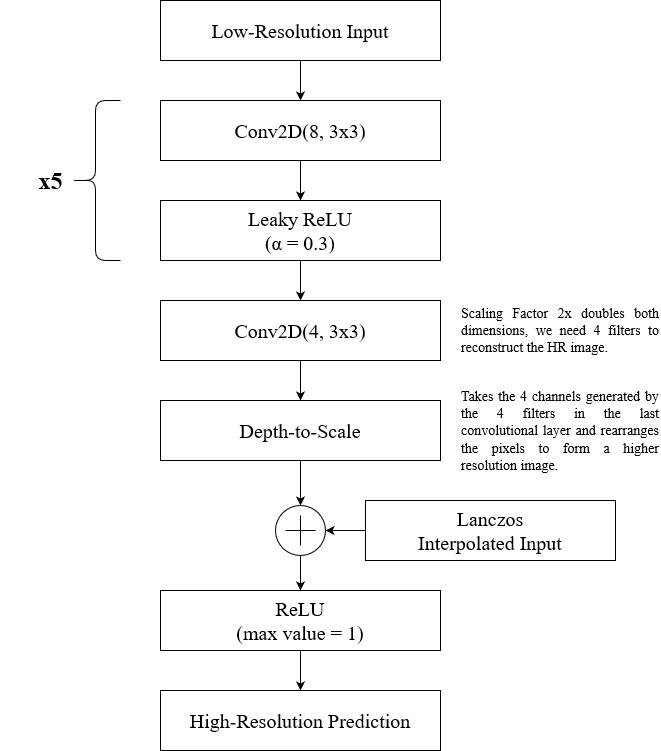
The draw.io diagram images/architecture.png in Artoriuz/sp-vdsr, before a commit. Source tidied: cells renumbered, new cells last; positions are measured from the earlier drawing's top-left corner, leaving out a move shared by most shapes. Its diagram source:
```xml
<mxGraphModel>
  <root>
    <mxCell id="0" />
    <mxCell id="1" parent="0" />
    <mxCell id="2" style="edgeStyle=orthogonalEdgeStyle;rounded=0;jettySize=auto;html=1;entryX=0.5;entryY=0;entryDx=0;entryDy=0;" parent="1" edge="1" source="3" target="5">
      <mxGeometry relative="1" as="geometry" />
    </mxCell>
    <mxCell id="3" value="&lt;font style=&quot;font-size: 20px&quot;&gt;Low-Resolution Input&lt;/font&gt;" style="rounded=0;whiteSpace=wrap;html=1;fontSize=14;fontFamily=Times New Roman;" parent="1" vertex="1">
      <mxGeometry x="160" width="280" height="60" as="geometry" />
    </mxCell>
    <mxCell id="4" style="edgeStyle=orthogonalEdgeStyle;rounded=0;jettySize=auto;html=1;entryX=0.5;entryY=0;entryDx=0;entryDy=0;" parent="1" edge="1" source="5" target="9">
      <mxGeometry relative="1" as="geometry" />
    </mxCell>
    <mxCell id="5" value="&lt;font style=&quot;font-size: 20px&quot;&gt;Conv2D(8, 3x3)&lt;/font&gt;" style="whiteSpace=wrap;html=1;rounded=0;fontSize=14;fontFamily=Times New Roman;" parent="1" vertex="1">
      <mxGeometry x="160" y="100" width="280" height="60" as="geometry" />
    </mxCell>
    <mxCell id="6" style="shape=curlyBracket;whiteSpace=wrap;html=1;rounded=1;" parent="1" vertex="1">
      <mxGeometry x="70" y="100" width="50" height="160" as="geometry" />
    </mxCell>
    <mxCell id="7" value="&lt;font face=&quot;Times New Roman&quot;&gt;x5&lt;/font&gt;" style="text;strokeColor=none;fillColor=none;html=1;fontSize=24;fontStyle=1;verticalAlign=middle;align=center;" parent="1" vertex="1">
      <mxGeometry y="160" width="100" height="40" as="geometry" />
    </mxCell>
    <mxCell id="8" style="edgeStyle=orthogonalEdgeStyle;rounded=0;jettySize=auto;html=1;entryX=0.5;entryY=0;entryDx=0;entryDy=0;" parent="1" edge="1" source="9" target="17">
      <mxGeometry relative="1" as="geometry" />
    </mxCell>
    <mxCell id="9" value="&lt;font style=&quot;font-size: 20px&quot;&gt;Leaky&lt;/font&gt;&lt;font style=&quot;font-size: 20px&quot;&gt; &lt;font style=&quot;font-size: 20px&quot;&gt;ReLU&lt;/font&gt;&lt;/font&gt;&lt;font style=&quot;font-size: 20px&quot;&gt;&lt;br&gt;(&lt;/font&gt;&lt;span class=&quot;polytonic&quot; style=&quot;font-size: 20px&quot;&gt;&lt;font style=&quot;font-size: 20px&quot;&gt;α = 0.3)&lt;/font&gt;&lt;b&gt;&lt;br&gt;&lt;/b&gt;&lt;/span&gt;" style="whiteSpace=wrap;html=1;rounded=0;fontSize=14;fontFamily=Times New Roman;" parent="1" vertex="1">
      <mxGeometry x="160" y="200" width="280" height="60" as="geometry" />
    </mxCell>
    <mxCell id="10" style="edgeStyle=orthogonalEdgeStyle;rounded=0;jettySize=auto;html=1;entryX=0.5;entryY=0;entryDx=0;entryDy=0;" parent="1" edge="1" source="11" target="14">
      <mxGeometry relative="1" as="geometry" />
    </mxCell>
    <mxCell id="11" style="verticalLabelPosition=bottom;shadow=0;dashed=0;align=center;html=1;verticalAlign=top;shape=mxgraph.electrical.abstract.summation_point;" parent="1" vertex="1">
      <mxGeometry x="275" y="505" width="50" height="50" as="geometry" />
    </mxCell>
    <mxCell id="12" value="&lt;font face=&quot;Times New Roman&quot;&gt;High-Resolution Prediction&lt;/font&gt;" style="whiteSpace=wrap;html=1;shadow=0;dashed=0;verticalAlign=top;" parent="1" vertex="1">
      <mxGeometry x="160" y="590" width="120" height="60" as="geometry" />
    </mxCell>
    <mxCell id="13" style="edgeStyle=orthogonalEdgeStyle;rounded=0;jettySize=auto;html=1;entryX=0.5;entryY=0;entryDx=0;entryDy=0;" parent="1" edge="1" source="14" target="15">
      <mxGeometry relative="1" as="geometry" />
    </mxCell>
    <mxCell id="14" value="&lt;font style=&quot;font-size: 20px&quot;&gt;ReLU&lt;br&gt;(max value = 1)&lt;/font&gt;" style="whiteSpace=wrap;html=1;shadow=0;dashed=0;verticalAlign=middle;fontSize=14;fontFamily=Times New Roman;" parent="1" vertex="1">
      <mxGeometry x="160" y="590" width="280" height="60" as="geometry" />
    </mxCell>
    <mxCell id="15" value="&lt;font style=&quot;font-size: 20px&quot;&gt;High-Resolution Prediction&lt;/font&gt;" style="whiteSpace=wrap;html=1;shadow=0;dashed=0;fontFamily=Times New Roman;fontSize=14;" parent="1" vertex="1">
      <mxGeometry x="160" y="690" width="280" height="60" as="geometry" />
    </mxCell>
    <mxCell id="16" style="edgeStyle=orthogonalEdgeStyle;rounded=0;jettySize=auto;html=1;entryX=0.5;entryY=0;entryDx=0;entryDy=0;" parent="1" edge="1" source="17" target="19">
      <mxGeometry relative="1" as="geometry" />
    </mxCell>
    <mxCell id="17" value="&lt;font style=&quot;font-size: 20px&quot;&gt;Conv2D(4, 3x3)&lt;/font&gt;" style="whiteSpace=wrap;html=1;rounded=0;fontFamily=Times New Roman;fontSize=14;" parent="1" vertex="1">
      <mxGeometry x="160" y="300" width="280" height="60" as="geometry" />
    </mxCell>
    <mxCell id="18" style="edgeStyle=orthogonalEdgeStyle;rounded=0;jettySize=auto;html=1;exitX=0.5;exitY=1;exitDx=0;exitDy=0;entryX=0.5;entryY=0;entryDx=0;entryDy=0;entryPerimeter=0;" parent="1" edge="1" source="19" target="11">
      <mxGeometry relative="1" as="geometry" />
    </mxCell>
    <mxCell id="19" value="&lt;font style=&quot;font-size: 20px&quot;&gt;Depth-to-Scale&lt;/font&gt;" style="whiteSpace=wrap;html=1;rounded=0;fontFamily=Times New Roman;fontSize=14;" parent="1" vertex="1">
      <mxGeometry x="160" y="400" width="280" height="60" as="geometry" />
    </mxCell>
    <mxCell id="20" value="&lt;div align=&quot;justify&quot;&gt;&lt;font style=&quot;font-size: 14px&quot; face=&quot;Times New Roman&quot;&gt;Scaling Factor 2x doubles both dimensions, we need 4 filters to reconstruct the HR image.&lt;br&gt;&lt;/font&gt;&lt;/div&gt;" style="text;html=1;strokeColor=none;fillColor=none;align=center;verticalAlign=middle;whiteSpace=wrap;rounded=0;" parent="1" vertex="1">
      <mxGeometry x="460" y="300" width="200" height="60" as="geometry" />
    </mxCell>
    <mxCell id="21" value="&lt;div style=&quot;font-size: 14px&quot; align=&quot;justify&quot;&gt;&lt;font style=&quot;font-size: 14px&quot; face=&quot;Times New Roman&quot;&gt;Takes the 4 channels generated by the 4 filters in the last convolutional layer and rearranges the pixels to form a higher resolution image.&lt;br&gt;&lt;/font&gt;&lt;/div&gt;" style="text;html=1;strokeColor=none;fillColor=none;align=center;verticalAlign=middle;whiteSpace=wrap;rounded=0;" parent="1" vertex="1">
      <mxGeometry x="460" y="400" width="200" height="60" as="geometry" />
    </mxCell>
    <mxCell id="22" style="edgeStyle=orthogonalEdgeStyle;rounded=0;jettySize=auto;html=1;entryX=1;entryY=0.5;entryDx=0;entryDy=0;entryPerimeter=0;" parent="1" edge="1" source="23" target="11">
      <mxGeometry relative="1" as="geometry" />
    </mxCell>
    <mxCell id="23" value="&lt;div style=&quot;font-size: 20px&quot; align=&quot;center&quot;&gt;&lt;font style=&quot;font-size: 20px&quot; face=&quot;Times New Roman&quot;&gt;Lanczos&lt;/font&gt;&lt;/div&gt;&lt;div style=&quot;font-size: 20px&quot; align=&quot;center&quot;&gt;&lt;font style=&quot;font-size: 20px&quot; face=&quot;Times New Roman&quot;&gt;Interpolated Input&lt;/font&gt;&lt;font style=&quot;font-size: 20px&quot;&gt;&lt;br&gt;&lt;/font&gt;&lt;/div&gt;" style="rounded=0;whiteSpace=wrap;html=1;" parent="1" vertex="1">
      <mxGeometry x="365" y="500" width="250" height="60" as="geometry" />
    </mxCell>
  </root>
</mxGraphModel>
```
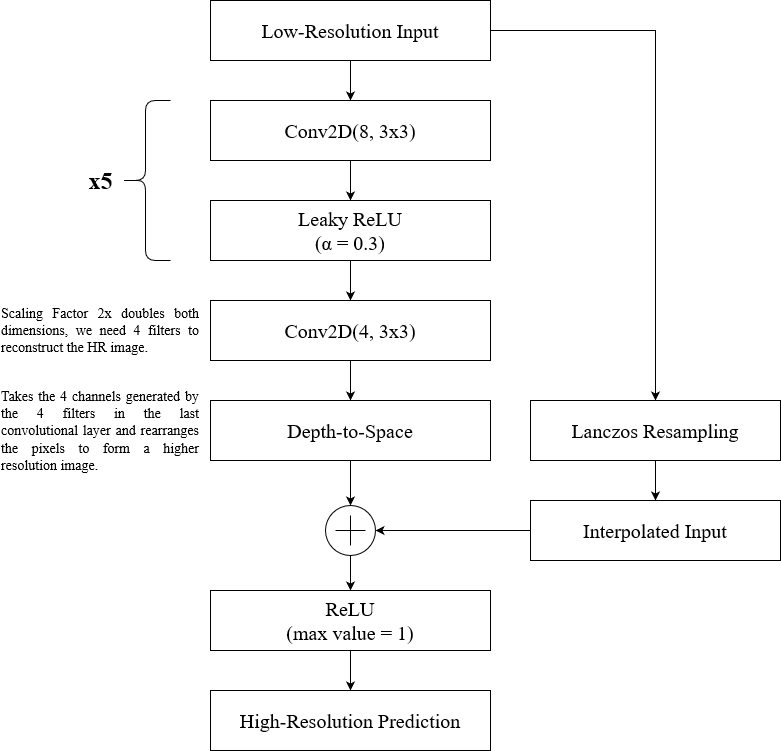
After the commit.

Diff of the diagram source:
```diff
@@ -5,6 +5,9 @@
     <mxCell id="2" style="edgeStyle=orthogonalEdgeStyle;rounded=0;jettySize=auto;html=1;entryX=0.5;entryY=0;entryDx=0;entryDy=0;" parent="1" edge="1" source="3" target="5">
       <mxGeometry relative="1" as="geometry" />
     </mxCell>
+    <mxCell id="24" style="edgeStyle=orthogonalEdgeStyle;rounded=0;jettySize=auto;html=1;" parent="1" edge="1" source="3" target="26">
+      <mxGeometry relative="1" as="geometry" />
+    </mxCell>
     <mxCell id="3" value="&lt;font style=&quot;font-size: 20px&quot;&gt;Low-Resolution Input&lt;/font&gt;" style="rounded=0;whiteSpace=wrap;html=1;fontSize=14;fontFamily=Times New Roman;" parent="1" vertex="1">
       <mxGeometry x="160" width="280" height="60" as="geometry" />
     </mxCell>
@@ -53,20 +56,26 @@
     <mxCell id="18" style="edgeStyle=orthogonalEdgeStyle;rounded=0;jettySize=auto;html=1;exitX=0.5;exitY=1;exitDx=0;exitDy=0;entryX=0.5;entryY=0;entryDx=0;entryDy=0;entryPerimeter=0;" parent="1" edge="1" source="19" target="11">
       <mxGeometry relative="1" as="geometry" />
     </mxCell>
-    <mxCell id="19" value="&lt;font style=&quot;font-size: 20px&quot;&gt;Depth-to-Scale&lt;/font&gt;" style="whiteSpace=wrap;html=1;rounded=0;fontFamily=Times New Roman;fontSize=14;" parent="1" vertex="1">
+    <mxCell id="19" value="&lt;font style=&quot;font-size: 20px&quot;&gt;Depth-to-Space&lt;/font&gt;" style="whiteSpace=wrap;html=1;rounded=0;fontFamily=Times New Roman;fontSize=14;" parent="1" vertex="1">
       <mxGeometry x="160" y="400" width="280" height="60" as="geometry" />
     </mxCell>
     <mxCell id="20" value="&lt;div align=&quot;justify&quot;&gt;&lt;font style=&quot;font-size: 14px&quot; face=&quot;Times New Roman&quot;&gt;Scaling Factor 2x doubles both dimensions, we need 4 filters to reconstruct the HR image.&lt;br&gt;&lt;/font&gt;&lt;/div&gt;" style="text;html=1;strokeColor=none;fillColor=none;align=center;verticalAlign=middle;whiteSpace=wrap;rounded=0;" parent="1" vertex="1">
-      <mxGeometry x="460" y="300" width="200" height="60" as="geometry" />
+      <mxGeometry x="-50" y="300" width="200" height="60" as="geometry" />
     </mxCell>
     <mxCell id="21" value="&lt;div style=&quot;font-size: 14px&quot; align=&quot;justify&quot;&gt;&lt;font style=&quot;font-size: 14px&quot; face=&quot;Times New Roman&quot;&gt;Takes the 4 channels generated by the 4 filters in the last convolutional layer and rearranges the pixels to form a higher resolution image.&lt;br&gt;&lt;/font&gt;&lt;/div&gt;" style="text;html=1;strokeColor=none;fillColor=none;align=center;verticalAlign=middle;whiteSpace=wrap;rounded=0;" parent="1" vertex="1">
-      <mxGeometry x="460" y="400" width="200" height="60" as="geometry" />
+      <mxGeometry x="-50" y="400" width="200" height="60" as="geometry" />
     </mxCell>
     <mxCell id="22" style="edgeStyle=orthogonalEdgeStyle;rounded=0;jettySize=auto;html=1;entryX=1;entryY=0.5;entryDx=0;entryDy=0;entryPerimeter=0;" parent="1" edge="1" source="23" target="11">
       <mxGeometry relative="1" as="geometry" />
     </mxCell>
-    <mxCell id="23" value="&lt;div style=&quot;font-size: 20px&quot; align=&quot;center&quot;&gt;&lt;font style=&quot;font-size: 20px&quot; face=&quot;Times New Roman&quot;&gt;Lanczos&lt;/font&gt;&lt;/div&gt;&lt;div style=&quot;font-size: 20px&quot; align=&quot;center&quot;&gt;&lt;font style=&quot;font-size: 20px&quot; face=&quot;Times New Roman&quot;&gt;Interpolated Input&lt;/font&gt;&lt;font style=&quot;font-size: 20px&quot;&gt;&lt;br&gt;&lt;/font&gt;&lt;/div&gt;" style="rounded=0;whiteSpace=wrap;html=1;" parent="1" vertex="1">
-      <mxGeometry x="365" y="500" width="250" height="60" as="geometry" />
+    <mxCell id="23" value="&lt;font style=&quot;font-size: 20px&quot; face=&quot;Times New Roman&quot;&gt;Interpolated Input&lt;/font&gt;&lt;font style=&quot;font-size: 20px&quot;&gt;&lt;br&gt;&lt;/font&gt;" style="rounded=0;whiteSpace=wrap;html=1;" parent="1" vertex="1">
+      <mxGeometry x="480" y="500" width="250" height="60" as="geometry" />
     </mxCell>
+    <mxCell id="25" style="edgeStyle=orthogonalEdgeStyle;rounded=0;jettySize=auto;html=1;entryX=0.5;entryY=0;entryDx=0;entryDy=0;" parent="1" edge="1" source="26" target="23">
+      <mxGeometry relative="1" as="geometry" />
+    </mxCell>
+    <mxCell id="26" value="&lt;font style=&quot;font-size: 20px&quot; face=&quot;Times New Roman&quot;&gt;Lanczos Resampling&lt;/font&gt;" style="rounded=0;whiteSpace=wrap;html=1;" parent="1" vertex="1">
+      <mxGeometry x="480" y="400" width="250" height="60" as="geometry" />
+    </mxCell>
   </root>
 </mxGraphModel>
```
